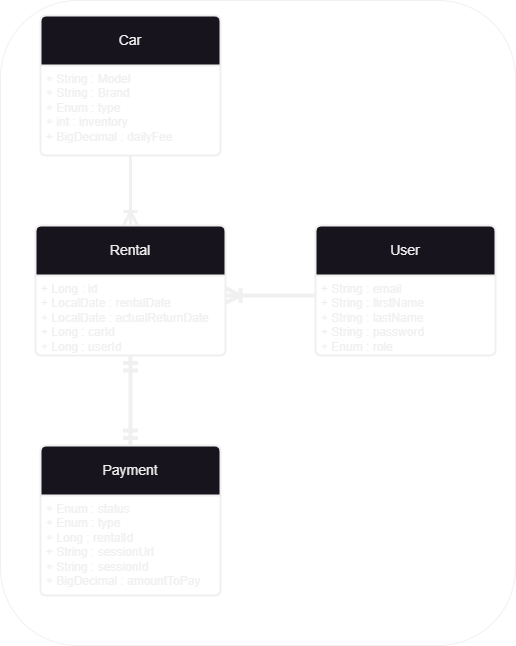
Earlier version of the draw.io export assets/car-sharing.png (AnastasiiaVariuchuk/car-sharing). Source tidied: cells renumbered, new cells last; positions are measured from the earlier drawing's top-left corner, leaving out a move shared by most shapes.
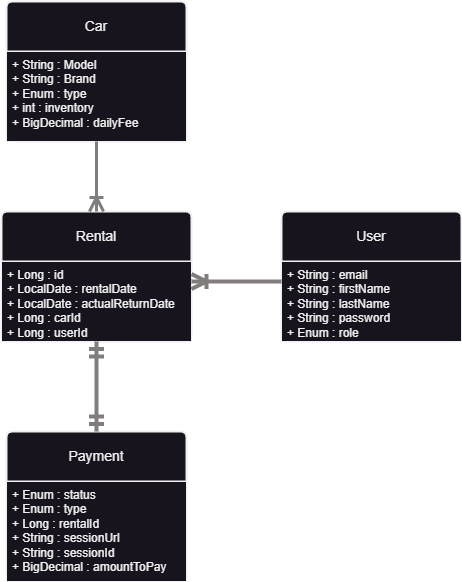
The same file after the commit.

Diff of the diagram source:
```diff
@@ -5,38 +5,35 @@
     <mxCell id="2" value="Car" style="swimlane;horizontal=1;startSize=50;rounded=1;fontSize=14;fontStyle=0;strokeWidth=2;shadow=0;dashed=0;align=center;arcSize=4;whiteSpace=wrap;html=1;" parent="1" vertex="1">
       <mxGeometry x="105" width="180" height="140" as="geometry" />
     </mxCell>
-    <mxCell id="3" value="+ String : Model&lt;br&gt;+ String : Brand&lt;br&gt;+ Enum : type&lt;br&gt;+ int : inventory&lt;br&gt;+ BigDecimal : dailyFee" style="align=left;strokeColor=none;fillColor=none;spacingLeft=4;fontSize=12;verticalAlign=top;html=1;" parent="2" vertex="1">
+    <mxCell id="3" value="+ String : Model&lt;br&gt;+ String : Brand&lt;br&gt;+ Enum : type&lt;br&gt;+ int : inventory&lt;br&gt;+ BigDecimal : dailyFee" style="align=left;spacingLeft=4;fontSize=12;verticalAlign=top;html=1;" parent="2" vertex="1">
       <mxGeometry y="50" width="180" height="90" as="geometry" />
     </mxCell>
     <mxCell id="4" value="User" style="swimlane;horizontal=1;startSize=50;rounded=1;fontSize=14;fontStyle=0;strokeWidth=2;shadow=0;dashed=0;align=center;arcSize=4;whiteSpace=wrap;html=1;" parent="1" vertex="1">
       <mxGeometry x="380" y="210" width="180" height="130" as="geometry" />
     </mxCell>
-    <mxCell id="5" value="+ String : email&lt;br&gt;+ String : firstName&lt;br&gt;+ String : lastName&lt;br&gt;+ String : password&lt;br&gt;+ Enum : role" style="align=left;strokeColor=none;fillColor=none;spacingLeft=4;fontSize=12;verticalAlign=top;html=1;" parent="4" vertex="1">
+    <mxCell id="5" value="+ String : email&lt;br&gt;+ String : firstName&lt;br&gt;+ String : lastName&lt;br&gt;+ String : password&lt;br&gt;+ Enum : role" style="align=left;spacingLeft=4;fontSize=12;verticalAlign=top;html=1;" parent="4" vertex="1">
       <mxGeometry y="50" width="180" height="80" as="geometry" />
     </mxCell>
     <mxCell id="6" value="Rental" style="swimlane;horizontal=1;startSize=50;rounded=1;fontSize=14;fontStyle=0;strokeWidth=2;shadow=0;dashed=0;align=center;arcSize=4;whiteSpace=wrap;html=1;" parent="1" vertex="1">
       <mxGeometry x="100" y="210" width="190" height="130" as="geometry" />
     </mxCell>
-    <mxCell id="7" value="+ Long : id&lt;br&gt;+ LocalDate : rentalDate&lt;br&gt;+ LocalDate : actualReturnDate&lt;br&gt;+ Long : carId&lt;br&gt;+ Long : userId" style="align=left;strokeColor=none;fillColor=none;spacingLeft=4;fontSize=12;verticalAlign=top;html=1;" parent="6" vertex="1">
+    <mxCell id="7" value="+ Long : id&lt;br&gt;+ LocalDate : rentalDate&lt;br&gt;+ LocalDate : actualReturnDate&lt;br&gt;+ Long : carId&lt;br&gt;+ Long : userId" style="align=left;spacingLeft=4;fontSize=12;verticalAlign=top;html=1;" parent="6" vertex="1">
       <mxGeometry y="50" width="190" height="80" as="geometry" />
     </mxCell>
     <mxCell id="8" value="Payment" style="swimlane;horizontal=1;startSize=50;rounded=1;fontSize=14;fontStyle=0;strokeWidth=2;shadow=0;dashed=0;align=center;arcSize=4;whiteSpace=wrap;html=1;" parent="1" vertex="1">
       <mxGeometry x="105" y="430" width="180" height="150" as="geometry" />
     </mxCell>
-    <mxCell id="9" value="+ Enum : status&lt;br&gt;+ Enum : type&lt;br&gt;+ Long : rentalId&lt;br&gt;+ String : sessionUrl&lt;br&gt;+ String : sessionId&lt;br&gt;+ BigDecimal : amountToPay" style="align=left;strokeColor=none;fillColor=none;spacingLeft=4;fontSize=12;verticalAlign=top;html=1;" parent="8" vertex="1">
+    <mxCell id="9" value="+ Enum : status&lt;br&gt;+ Enum : type&lt;br&gt;+ Long : rentalId&lt;br&gt;+ String : sessionUrl&lt;br&gt;+ String : sessionId&lt;br&gt;+ BigDecimal : amountToPay" style="align=left;spacingLeft=4;fontSize=12;verticalAlign=top;html=1;" parent="8" vertex="1">
       <mxGeometry y="50" width="180" height="100" as="geometry" />
     </mxCell>
-    <mxCell id="10" style="fontSize=12;html=1;endArrow=ERoneToMany;rounded=0;exitX=0.5;exitY=1;exitDx=0;exitDy=0;entryX=0.5;entryY=0;entryDx=0;entryDy=0;strokeWidth=3;endSize=10;startSize=10;" parent="1" edge="1" source="3" target="6">
+    <mxCell id="10" style="fontSize=12;html=1;endArrow=ERoneToMany;rounded=0;exitX=0.5;exitY=1;exitDx=0;exitDy=0;entryX=0.5;entryY=0;entryDx=0;entryDy=0;strokeWidth=3;endSize=10;startSize=10;strokeColor=#827d7d;" parent="1" edge="1" source="3" target="6">
       <mxGeometry relative="1" as="geometry" />
     </mxCell>
-    <mxCell id="11" style="fontSize=12;html=1;endArrow=ERmandOne;startArrow=ERmandOne;rounded=0;entryX=0.5;entryY=1;entryDx=0;entryDy=0;exitX=0.5;exitY=0;exitDx=0;exitDy=0;endSize=10;startSize=10;strokeWidth=4;" parent="1" edge="1" source="8" target="7">
+    <mxCell id="11" style="fontSize=12;html=1;endArrow=ERmandOne;startArrow=ERmandOne;rounded=0;entryX=0.5;entryY=1;entryDx=0;entryDy=0;exitX=0.5;exitY=0;exitDx=0;exitDy=0;endSize=10;startSize=10;strokeWidth=4;strokeColor=#827d7d;" parent="1" edge="1" source="8" target="7">
       <mxGeometry relative="1" as="geometry" />
     </mxCell>
-    <mxCell id="12" style="edgeStyle=entityRelationEdgeStyle;fontSize=12;html=1;endArrow=ERoneToMany;rounded=0;entryX=1;entryY=0.25;entryDx=0;entryDy=0;exitX=0;exitY=0.25;exitDx=0;exitDy=0;endSize=10;startSize=10;strokeWidth=4;" parent="1" edge="1" source="5" target="7">
+    <mxCell id="12" style="edgeStyle=entityRelationEdgeStyle;fontSize=12;html=1;endArrow=ERoneToMany;rounded=0;entryX=1;entryY=0.25;entryDx=0;entryDy=0;exitX=0;exitY=0.25;exitDx=0;exitDy=0;endSize=10;startSize=10;strokeWidth=4;strokeColor=#827d7d;" parent="1" edge="1" source="5" target="7">
       <mxGeometry relative="1" as="geometry" />
     </mxCell>
-    <mxCell id="13" style="rounded=1;whiteSpace=wrap;html=1;rotation=90;fillColor=none;fillStyle=auto;" parent="1" vertex="1">
-      <mxGeometry y="50" width="645" height="515" as="geometry" />
-    </mxCell>
   </root>
 </mxGraphModel>
```
